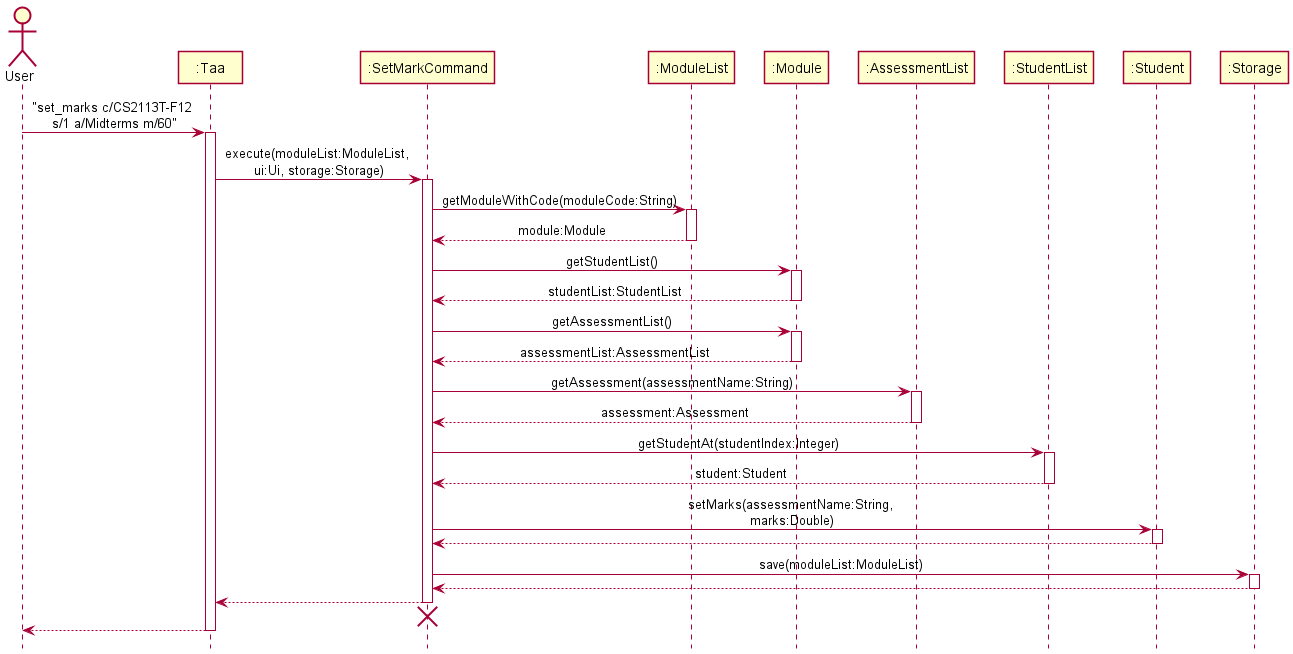
Above: docs/diagrams/SetMarkSequenceDiagram.png in nus-cs2113-AY2122S1/tp (PlantUML), before the change.
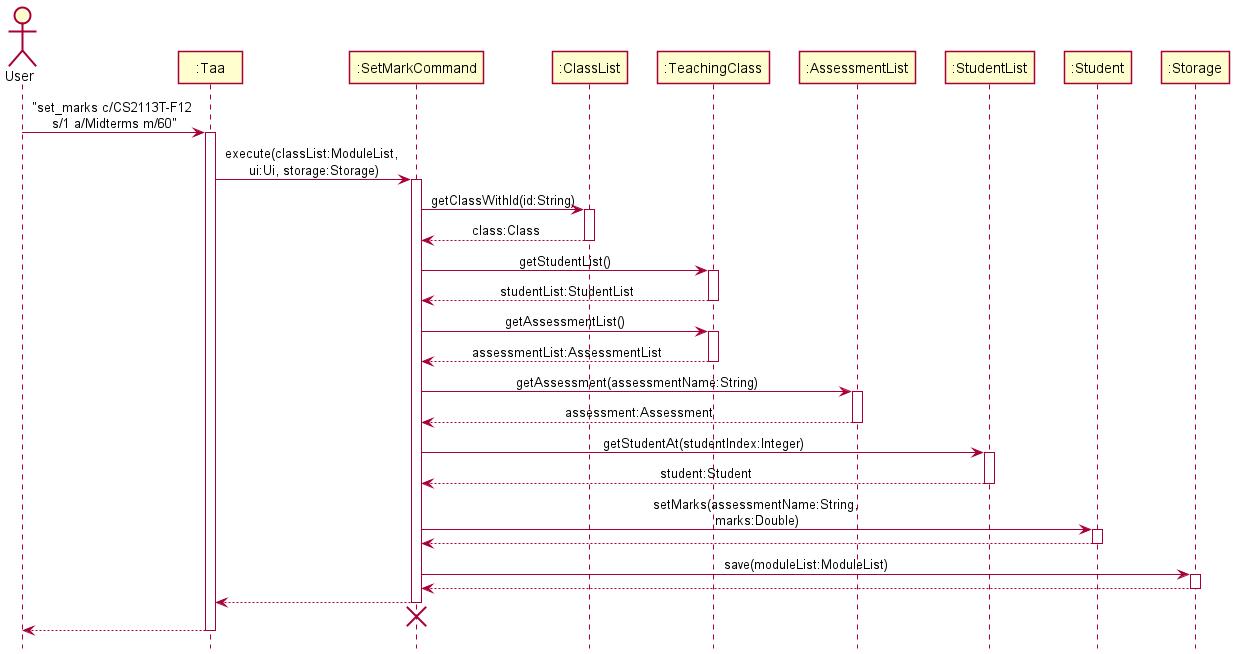
After the commit.

Commit message:
changed module to class in sequence diagram

What changed in the source:
```diff
@@ -4,8 +4,8 @@
 Actor User as user
 Participant ":Taa" as taa
 Participant ":SetMarkCommand" as setMarkCommand
-Participant ":ModuleList" as moduleList
-Participant ":Module" as module
+Participant ":ClassList" as classList
+Participant ":TeachingClass" as class
 Participant ":AssessmentList" as assessmentList
 Participant ":StudentList" as studentList
 Participant ":Student" as student
@@ -14,23 +14,23 @@
 user -> taa : "set_marks c/CS2113T-F12 \ns/1 a/Midterms m/60"
 activate taa
 
-taa -> setMarkCommand : execute(moduleList:ModuleList, \nui:Ui, storage:Storage)
+taa -> setMarkCommand : execute(classList:ModuleList, \nui:Ui, storage:Storage)
 activate setMarkCommand
 
-setMarkCommand -> moduleList : getModuleWithCode(moduleCode:String)
-activate moduleList
-moduleList --> setMarkCommand : module:Module
-deactivate moduleList
+setMarkCommand -> classList : getClassWithId(id:String)
+activate classList
+classList --> setMarkCommand : class:Class
+deactivate classList
 
-setMarkCommand -> module : getStudentList()
-activate module
-module --> setMarkCommand : studentList:StudentList
-deactivate module
+setMarkCommand -> class : getStudentList()
+activate class
+class --> setMarkCommand : studentList:StudentList
+deactivate class
 
-setMarkCommand -> module : getAssessmentList()
-activate module
-module --> setMarkCommand : assessmentList:AssessmentList
-deactivate module
+setMarkCommand -> class : getAssessmentList()
+activate class
+class --> setMarkCommand : assessmentList:AssessmentList
+deactivate class
 
 setMarkCommand -> assessmentList : getAssessment(assessmentName:String)
 activate assessmentList
```
